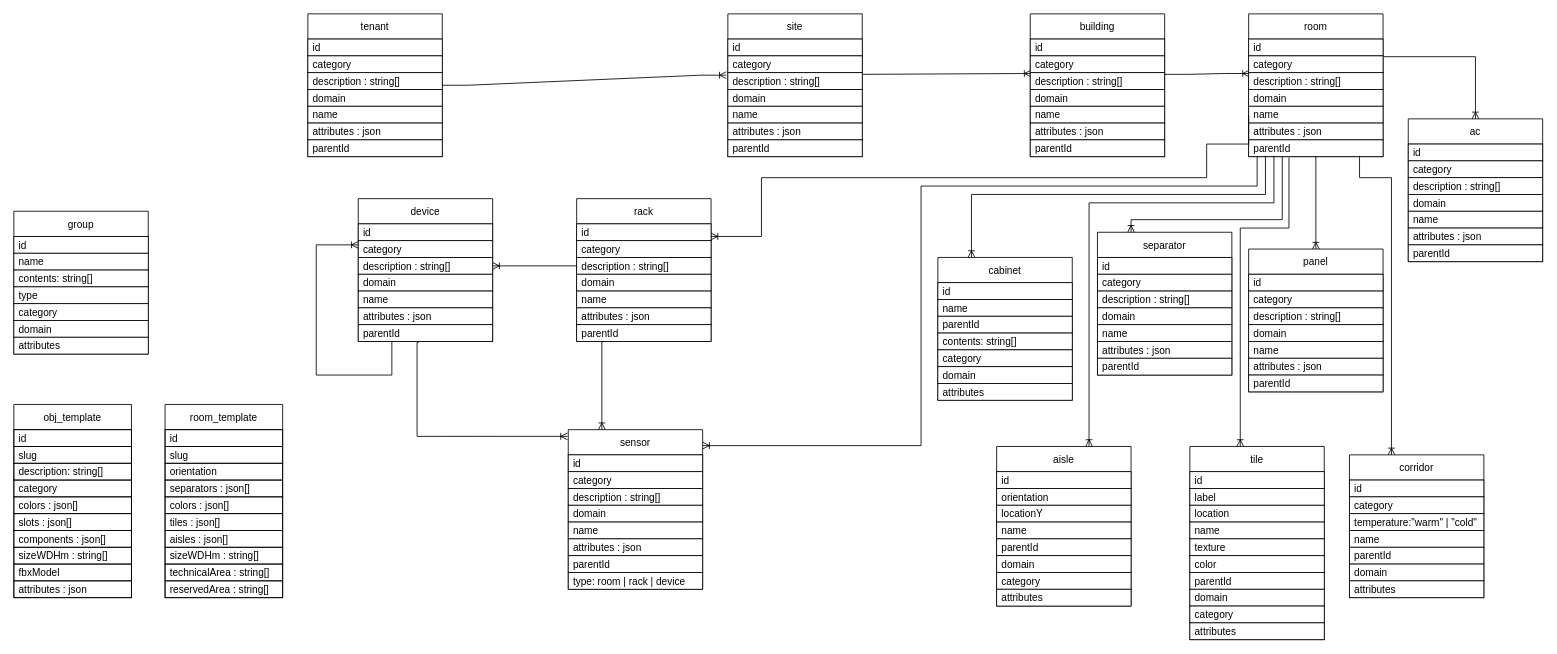
The draw.io diagram resources/diagrams/DB.drawio in ditrit/OGrEE-Core, before the edit. Source tidied: cells renumbered, new cells numbered last; positions are measured from the earlier drawing's top-left corner, leaving out a move shared by most shapes. Both pictures are drawn from the tidied source at 84%, with x=0, y=0 at pixel (13, 13).
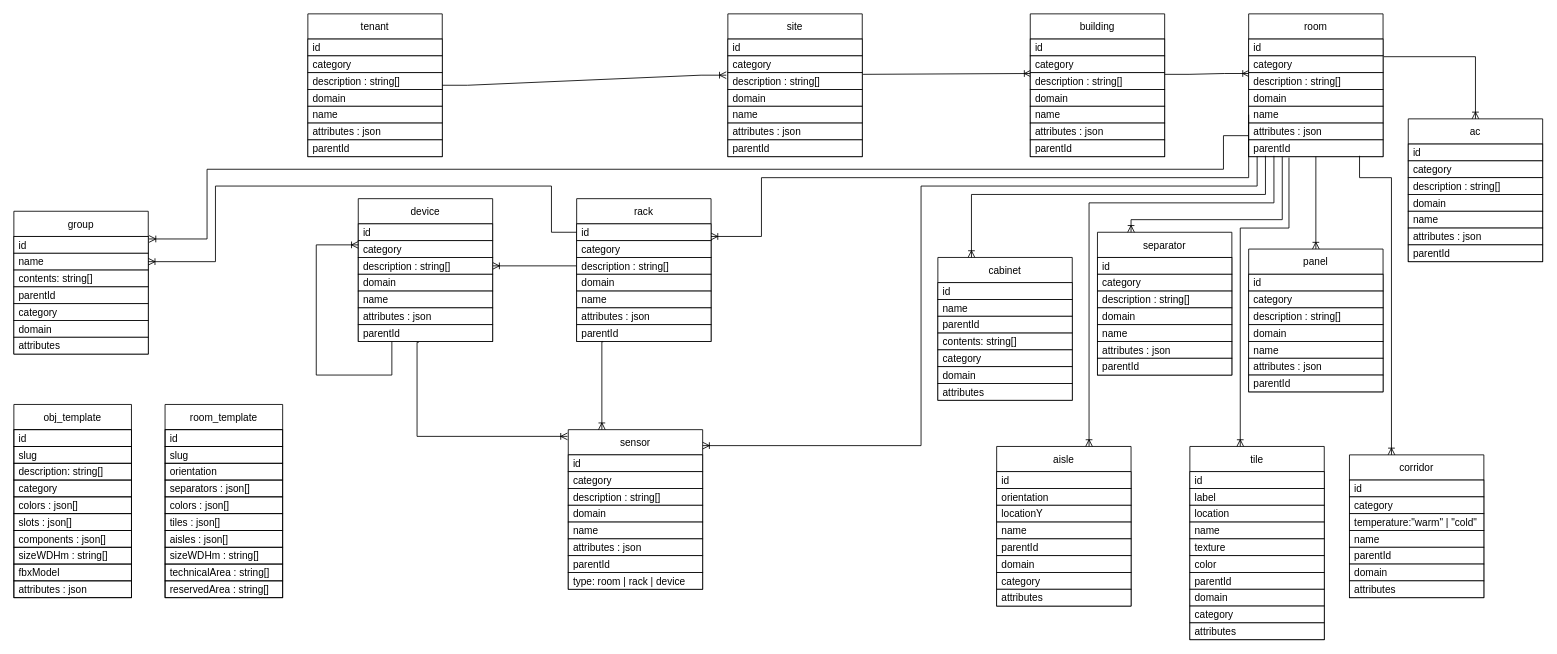
The same diagram, later.

Unchanged cells that the change refers to:
```xml
<mxCell id="45" value="name" style="text;strokeColor=default;fillColor=default;align=left;verticalAlign=middle;spacingLeft=4;spacingRight=4;overflow=hidden;points=[[0,0.5],[1,0.5]];portConstraint=eastwest;fontColor=default;" parent="40" vertex="1">
  <mxGeometry y="110" width="160" height="20" as="geometry" />
</mxCell>
<mxCell id="53" value="id" style="text;strokeColor=default;fillColor=default;align=left;verticalAlign=middle;spacingLeft=4;spacingRight=4;overflow=hidden;points=[[0,0.5],[1,0.5]];portConstraint=eastwest;fontColor=default;" parent="52" vertex="1">
  <mxGeometry y="30" width="160" height="20" as="geometry" />
</mxCell>
<mxCell id="120" value="group" style="swimlane;fontStyle=0;horizontal=1;startSize=30;fillColor=default;strokeColor=default;fontColor=default;" parent="1" vertex="1">
  <mxGeometry y="235" width="160" height="170" as="geometry" />
</mxCell>
```

What changed in the source:
```diff
@@
     <mxCell id="69" style="endArrow=ERoneToMany;html=1;rounded=0;labelBackgroundColor=default;fontColor=default;strokeColor=default;edgeStyle=orthogonalEdgeStyle;endFill=0;exitX=0;exitY=0.5;exitDx=0;exitDy=0;" parent="1" edge="1" source="45">
       <mxGeometry relative="1" as="geometry">
         <mxPoint x="830" y="265" as="targetPoint" />
         <Array as="points">
-          <mxPoint x="1470" y="155" />
-          <mxPoint x="1420" y="155" />
-          <mxPoint x="1420" y="195" />
+          <mxPoint x="1470" y="195" />
           <mxPoint x="890" y="195" />
           <mxPoint x="890" y="265" />
         </Array>
       </mxGeometry>
     </mxCell>
@@
-    <mxCell id="126" value="type" style="text;strokeColor=default;fillColor=default;align=left;verticalAlign=middle;spacingLeft=4;spacingRight=4;overflow=hidden;fontColor=default;" parent="120" vertex="1">
+    <mxCell id="126" value="parentId" style="text;strokeColor=default;fillColor=default;align=left;verticalAlign=middle;spacingLeft=4;spacingRight=4;overflow=hidden;fontColor=default;" parent="120" vertex="1">
       <mxGeometry y="90" width="160" height="20" as="geometry" />
     </mxCell>
@@
+    <mxCell id="180" style="edgeStyle=orthogonalEdgeStyle;rounded=0;jettySize=auto;html=1;exitX=0;exitY=0.5;exitDx=0;exitDy=0;labelBackgroundColor=default;fontColor=default;endArrow=ERoneToMany;endFill=0;strokeColor=default;" parent="1" edge="1" source="53">
+      <mxGeometry relative="1" as="geometry">
+        <mxPoint x="160" y="295" as="targetPoint" />
+        <Array as="points">
+          <mxPoint x="640" y="260" />
+          <mxPoint x="640" y="205" />
+          <mxPoint x="240" y="205" />
+          <mxPoint x="240" y="295" />
+        </Array>
+      </mxGeometry>
+    </mxCell>
+    <mxCell id="181" style="edgeStyle=orthogonalEdgeStyle;rounded=0;jettySize=auto;html=1;labelBackgroundColor=default;fontColor=default;endArrow=ERoneToMany;endFill=0;strokeColor=default;entryX=1.006;entryY=0.194;entryDx=0;entryDy=0;entryPerimeter=0;" parent="1" edge="1" target="120">
+      <mxGeometry relative="1" as="geometry">
+        <mxPoint x="1470" y="145" as="sourcePoint" />
+        <Array as="points">
+          <mxPoint x="1440" y="145" />
+          <mxPoint x="1440" y="185" />
+          <mxPoint x="230" y="185" />
+          <mxPoint x="230" y="268" />
+        </Array>
+      </mxGeometry>
+    </mxCell>
```
